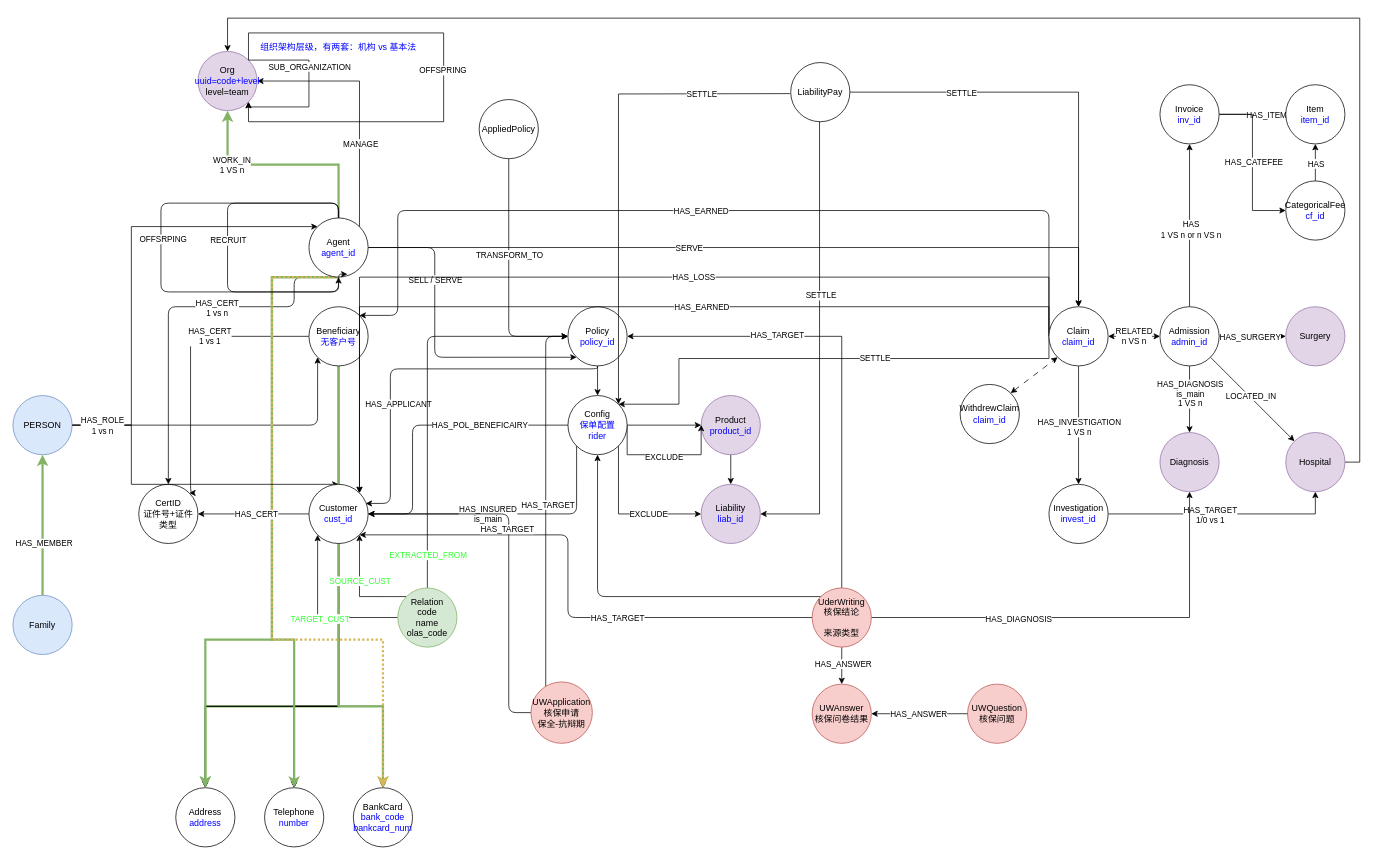
Before: page "V1.3" (5 of 5) of 友邦/图拓扑设计.drawio in XiaoLiuAI/diagrams, a draw.io diagram. Source tidied: cells renumbered, new cells numbered last; positions are measured from the earlier drawing's top-left corner, leaving out a move shared by most shapes. Both pictures are drawn from the tidied source at 74%, with x=0, y=0 at pixel (13, 18).
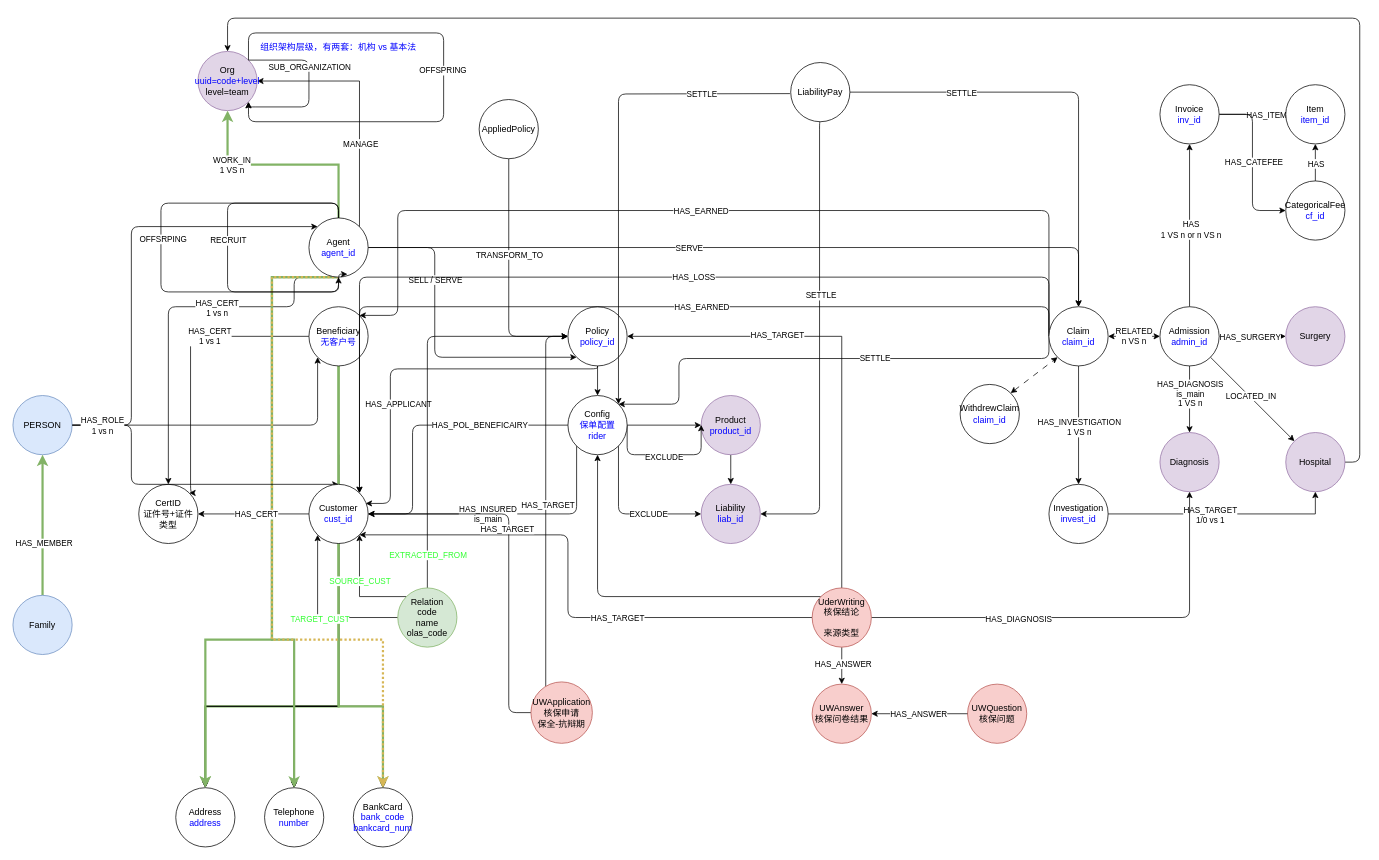
Above is the later version.

Commit message (it also covers changes not shown here):
更新图拓扑设计.drawio

Unchanged cells that the change refers to:
```xml
<mxCell id="10" value="PERSON" style="ellipse;whiteSpace=wrap;html=1;fillColor=#dae8fc;strokeColor=#6c8ebf;" parent="1" vertex="1">
  <mxGeometry y="510" width="80" height="80" as="geometry" />
</mxCell>
<mxCell id="31" value="Agent&lt;br&gt;&lt;font color=&quot;#0000ff&quot;&gt;agent_id&lt;/font&gt;" style="ellipse;whiteSpace=wrap;html=1;" parent="1" vertex="1">
  <mxGeometry x="400" y="270" width="80" height="80" as="geometry" />
</mxCell>
<mxCell id="36" value="Liability&lt;br&gt;&lt;font color=&quot;#0000ff&quot;&gt;liab_id&lt;/font&gt;" style="ellipse;whiteSpace=wrap;html=1;fillColor=#e1d5e7;strokeColor=#9673a6;" parent="1" vertex="1">
  <mxGeometry x="930" y="630" width="80" height="80" as="geometry" />
</mxCell>
<mxCell id="46" value="Config&lt;br&gt;&lt;font color=&quot;#0000ff&quot;&gt;保单配置&lt;br&gt;rider&lt;/font&gt;" style="ellipse;whiteSpace=wrap;html=1;" parent="1" vertex="1">
  <mxGeometry x="750" y="510" width="80" height="80" as="geometry" />
</mxCell>
<mxCell id="59" value="Claim&lt;br&gt;&lt;font color=&quot;#0000ff&quot;&gt;claim_id&lt;/font&gt;" style="ellipse;whiteSpace=wrap;html=1;" parent="1" vertex="1">
  <mxGeometry x="1400" y="390" width="80" height="80" as="geometry" />
</mxCell>
<mxCell id="71" value="LiabilityPay" style="ellipse;whiteSpace=wrap;html=1;" parent="1" vertex="1">
  <mxGeometry x="1051" y="60" width="80" height="80" as="geometry" />
</mxCell>
<mxCell id="72" value="Diagnosis" style="ellipse;whiteSpace=wrap;html=1;fillColor=#e1d5e7;strokeColor=#9673a6;" parent="1" vertex="1">
  <mxGeometry x="1550" y="560" width="80" height="80" as="geometry" />
</mxCell>
<mxCell id="75" value="Hospital" style="ellipse;whiteSpace=wrap;html=1;fillColor=#e1d5e7;strokeColor=#9673a6;" parent="1" vertex="1">
  <mxGeometry x="1720" y="560" width="80" height="80" as="geometry" />
</mxCell>
<mxCell id="82" value="Invoice&lt;br&gt;&lt;font color=&quot;#0000ff&quot;&gt;inv_id&lt;/font&gt;" style="ellipse;whiteSpace=wrap;html=1;" parent="1" vertex="1">
  <mxGeometry x="1550" y="90" width="80" height="80" as="geometry" />
</mxCell>
<mxCell id="86" value="CategoricalFee&lt;br&gt;&lt;font color=&quot;#0000ff&quot;&gt;cf_id&lt;/font&gt;" style="ellipse;whiteSpace=wrap;html=1;" parent="1" vertex="1">
  <mxGeometry x="1720" y="220" width="80" height="80" as="geometry" />
</mxCell>
<mxCell id="92" value="Org&lt;br&gt;&lt;font color=&quot;#0000ff&quot;&gt;uuid=code+level&lt;br&gt;&lt;/font&gt;level=team" style="ellipse;whiteSpace=wrap;html=1;fillColor=#e1d5e7;strokeColor=#9673a6;" parent="1" vertex="1">
  <mxGeometry x="250" y="45" width="80" height="80" as="geometry" />
</mxCell>
<mxCell id="111" value="Customer&lt;br&gt;&lt;font color=&quot;#0000ff&quot;&gt;cust_id&lt;/font&gt;" style="ellipse;whiteSpace=wrap;html=1;" parent="1" vertex="1">
  <mxGeometry x="400" y="630" width="80" height="80" as="geometry" />
</mxCell>
<mxCell id="121" value="UderWriting&lt;br&gt;核保结论&lt;br&gt;&lt;br&gt;来源类型" style="ellipse;whiteSpace=wrap;html=1;fillColor=#f8cecc;strokeColor=#b85450;" parent="1" vertex="1">
  <mxGeometry x="1080" y="770" width="80" height="80" as="geometry" />
</mxCell>
```

What changed in the source:
```diff
@@
-    <mxCell id="4" style="edgeStyle=orthogonalEdgeStyle;rounded=0;jettySize=auto;html=1;exitX=0;exitY=0;exitDx=0;exitDy=0;entryX=1;entryY=0.5;entryDx=0;entryDy=0;fillColor=#d5e8d4;strokeColor=#000000;strokeWidth=1;endArrow=none;endFill=0;startArrow=classic;startFill=1;" parent="1" edge="1" source="31" target="10">
+    <mxCell id="4" style="edgeStyle=orthogonalEdgeStyle;rounded=1;jettySize=auto;html=1;exitX=0;exitY=0;exitDx=0;exitDy=0;entryX=1;entryY=0.5;entryDx=0;entryDy=0;fillColor=#d5e8d4;strokeColor=#000000;strokeWidth=1;endArrow=none;endFill=0;startArrow=classic;startFill=1;" parent="1" edge="1" source="31" target="10">
       <mxGeometry relative="1" as="geometry">
         <Array as="points">
           <mxPoint x="160" y="282" />
           <mxPoint x="160" y="550" />
         </Array>
       </mxGeometry>
     </mxCell>
@@
-    <mxCell id="29" style="edgeStyle=orthogonalEdgeStyle;rounded=0;jettySize=auto;html=1;exitX=1;exitY=0.5;exitDx=0;exitDy=0;entryX=0.5;entryY=0;entryDx=0;entryDy=0;" parent="1" edge="1" source="31" target="59">
+    <mxCell id="29" style="edgeStyle=orthogonalEdgeStyle;rounded=1;jettySize=auto;html=1;exitX=1;exitY=0.5;exitDx=0;exitDy=0;entryX=0.5;entryY=0;entryDx=0;entryDy=0;" parent="1" edge="1" source="31" target="59">
       <mxGeometry relative="1" as="geometry" />
     </mxCell>
@@
-    <mxCell id="42" style="edgeStyle=orthogonalEdgeStyle;rounded=0;jettySize=auto;html=1;exitX=1;exitY=1;exitDx=0;exitDy=0;entryX=0;entryY=0.5;entryDx=0;entryDy=0;" parent="1" edge="1" source="46" target="36">
+    <mxCell id="42" style="edgeStyle=orthogonalEdgeStyle;rounded=1;jettySize=auto;html=1;exitX=1;exitY=1;exitDx=0;exitDy=0;entryX=0;entryY=0.5;entryDx=0;entryDy=0;" parent="1" edge="1" source="46" target="36">
       <mxGeometry relative="1" as="geometry">
         <Array as="points">
           <mxPoint x="818" y="670" />
         </Array>
       </mxGeometry>
     </mxCell>
@@
-    <mxCell id="44" style="edgeStyle=orthogonalEdgeStyle;rounded=0;jettySize=auto;html=1;exitX=1;exitY=0.5;exitDx=0;exitDy=0;" parent="1" edge="1" source="46">
+    <mxCell id="44" style="edgeStyle=orthogonalEdgeStyle;rounded=1;jettySize=auto;html=1;exitX=1;exitY=0.5;exitDx=0;exitDy=0;" parent="1" edge="1" source="46">
       <mxGeometry relative="1" as="geometry">
         <mxPoint x="930" y="549.7" as="targetPoint" />
         <Array as="points">
           <mxPoint x="830" y="590" />
           <mxPoint x="930" y="590" />
         </Array>
       </mxGeometry>
     </mxCell>
@@
-    <mxCell id="53" style="edgeStyle=orthogonalEdgeStyle;rounded=0;jettySize=auto;html=1;exitX=0;exitY=0.5;exitDx=0;exitDy=0;entryX=1;entryY=0;entryDx=0;entryDy=0;" parent="1" edge="1" source="59" target="111">
+    <mxCell id="53" style="edgeStyle=orthogonalEdgeStyle;rounded=1;jettySize=auto;html=1;exitX=0;exitY=0.5;exitDx=0;exitDy=0;entryX=1;entryY=0;entryDx=0;entryDy=0;" parent="1" edge="1" source="59" target="111">
       <mxGeometry relative="1" as="geometry">
         <Array as="points">
           <mxPoint x="1400" y="350" />
           <mxPoint x="468" y="350" />
         </Array>
       </mxGeometry>
     </mxCell>
@@
-    <mxCell id="55" style="edgeStyle=orthogonalEdgeStyle;rounded=0;jettySize=auto;html=1;exitX=0;exitY=0.5;exitDx=0;exitDy=0;entryX=1;entryY=0;entryDx=0;entryDy=0;" parent="1" edge="1" source="59" target="111">
+    <mxCell id="55" style="edgeStyle=orthogonalEdgeStyle;rounded=1;jettySize=auto;html=1;exitX=0;exitY=0.5;exitDx=0;exitDy=0;entryX=1;entryY=0;entryDx=0;entryDy=0;" parent="1" edge="1" source="59" target="111">
       <mxGeometry relative="1" as="geometry">
         <Array as="points">
           <mxPoint x="1400" y="390" />
           <mxPoint x="468" y="390" />
         </Array>
       </mxGeometry>
     </mxCell>
@@
-    <mxCell id="57" style="edgeStyle=orthogonalEdgeStyle;rounded=0;jettySize=auto;html=1;exitX=0;exitY=0.5;exitDx=0;exitDy=0;entryX=1;entryY=0;entryDx=0;entryDy=0;" parent="1" edge="1" source="59" target="46">
+    <mxCell id="57" style="edgeStyle=orthogonalEdgeStyle;rounded=1;jettySize=auto;html=1;exitX=0;exitY=0.5;exitDx=0;exitDy=0;entryX=1;entryY=0;entryDx=0;entryDy=0;" parent="1" edge="1" source="59" target="46">
       <mxGeometry relative="1" as="geometry">
         <Array as="points">
           <mxPoint x="1400" y="460" />
           <mxPoint x="900" y="460" />
           <mxPoint x="900" y="522" />
         </Array>
       </mxGeometry>
     </mxCell>
@@
-    <mxCell id="67" style="edgeStyle=orthogonalEdgeStyle;rounded=0;jettySize=auto;html=1;exitX=1;exitY=0.5;exitDx=0;exitDy=0;" parent="1" edge="1" source="71" target="59">
+    <mxCell id="67" style="edgeStyle=orthogonalEdgeStyle;rounded=1;jettySize=auto;html=1;exitX=1;exitY=0.5;exitDx=0;exitDy=0;" parent="1" edge="1" source="71" target="59">
       <mxGeometry relative="1" as="geometry" />
     </mxCell>
@@
-    <mxCell id="69" style="edgeStyle=orthogonalEdgeStyle;rounded=0;jettySize=auto;html=1;exitX=0.5;exitY=1;exitDx=0;exitDy=0;entryX=1;entryY=0.5;entryDx=0;entryDy=0;" parent="1" edge="1" source="71" target="36">
+    <mxCell id="69" style="edgeStyle=orthogonalEdgeStyle;rounded=1;jettySize=auto;html=1;exitX=0.5;exitY=1;exitDx=0;exitDy=0;entryX=1;entryY=0.5;entryDx=0;entryDy=0;" parent="1" edge="1" source="71" target="36">
       <mxGeometry relative="1" as="geometry">
         <Array as="points">
           <mxPoint x="1090" y="140" />
           <mxPoint x="1090" y="670" />
         </Array>
       </mxGeometry>
     </mxCell>
@@
-    <mxCell id="74" style="edgeStyle=orthogonalEdgeStyle;rounded=0;jettySize=auto;html=1;exitX=1;exitY=0.5;exitDx=0;exitDy=0;entryX=0.5;entryY=0;entryDx=0;entryDy=0;" parent="1" edge="1" source="75" target="92">
+    <mxCell id="74" style="edgeStyle=orthogonalEdgeStyle;rounded=1;jettySize=auto;html=1;exitX=1;exitY=0.5;exitDx=0;exitDy=0;entryX=0.5;entryY=0;entryDx=0;entryDy=0;" parent="1" edge="1" source="75" target="92">
       <mxGeometry relative="1" as="geometry">
         <Array as="points">
           <mxPoint x="1820" y="600" />
           <mxPoint x="1820" />
           <mxPoint x="290" />
         </Array>
       </mxGeometry>
     </mxCell>
@@
-    <mxCell id="80" style="edgeStyle=orthogonalEdgeStyle;rounded=0;jettySize=auto;html=1;exitX=1;exitY=0.5;exitDx=0;exitDy=0;entryX=0;entryY=0.5;entryDx=0;entryDy=0;" parent="1" edge="1" source="82" target="86">
+    <mxCell id="80" style="edgeStyle=orthogonalEdgeStyle;rounded=1;jettySize=auto;html=1;exitX=1;exitY=0.5;exitDx=0;exitDy=0;entryX=0;entryY=0.5;entryDx=0;entryDy=0;" parent="1" edge="1" source="82" target="86">
       <mxGeometry relative="1" as="geometry" />
     </mxCell>
@@
-    <mxCell id="93" style="edgeStyle=orthogonalEdgeStyle;rounded=0;orthogonalLoop=1;jettySize=auto;html=1;exitX=1;exitY=0;exitDx=0;exitDy=0;entryX=1;entryY=1;entryDx=0;entryDy=0;" parent="1" edge="1" source="92" target="92">
+    <mxCell id="93" style="edgeStyle=orthogonalEdgeStyle;rounded=1;orthogonalLoop=1;jettySize=auto;html=1;exitX=1;exitY=0;exitDx=0;exitDy=0;entryX=1;entryY=1;entryDx=0;entryDy=0;" parent="1" edge="1" source="92" target="92">
       <mxGeometry relative="1" as="geometry">
         <Array as="points">
           <mxPoint x="400" y="57" />
           <mxPoint x="400" y="120" />
           <mxPoint x="318" y="120" />
         </Array>
       </mxGeometry>
     </mxCell>
@@
-    <mxCell id="107" style="edgeStyle=orthogonalEdgeStyle;rounded=0;jettySize=auto;html=1;exitX=0.5;exitY=0;exitDx=0;exitDy=0;entryX=1;entryY=0.5;entryDx=0;entryDy=0;startArrow=classic;startFill=1;endArrow=none;endFill=0;strokeWidth=1;strokeColor=#000000;" parent="1" edge="1" source="111" target="10">
+    <mxCell id="107" style="edgeStyle=orthogonalEdgeStyle;rounded=1;jettySize=auto;html=1;exitX=0.5;exitY=0;exitDx=0;exitDy=0;entryX=1;entryY=0.5;entryDx=0;entryDy=0;startArrow=classic;startFill=1;endArrow=none;endFill=0;strokeWidth=1;strokeColor=#000000;" parent="1" edge="1" source="111" target="10">
       <mxGeometry relative="1" as="geometry">
         <Array as="points">
           <mxPoint x="160" y="630" />
           <mxPoint x="160" y="550" />
         </Array>
       </mxGeometry>
     </mxCell>
@@
-    <mxCell id="117" style="edgeStyle=orthogonalEdgeStyle;rounded=0;jettySize=auto;html=1;exitX=1;exitY=0.5;exitDx=0;exitDy=0;" parent="1" edge="1" source="121" target="72">
+    <mxCell id="117" style="edgeStyle=orthogonalEdgeStyle;rounded=1;jettySize=auto;html=1;exitX=1;exitY=0.5;exitDx=0;exitDy=0;" parent="1" edge="1" source="121" target="72">
       <mxGeometry relative="1" as="geometry" />
     </mxCell>
@@
-    <mxCell id="128" style="edgeStyle=orthogonalEdgeStyle;rounded=0;orthogonalLoop=1;jettySize=auto;html=1;exitX=1;exitY=0;exitDx=0;exitDy=0;entryX=1;entryY=1;entryDx=0;entryDy=0;" parent="1" edge="1" source="92" target="92">
+    <mxCell id="128" style="edgeStyle=orthogonalEdgeStyle;rounded=1;orthogonalLoop=1;jettySize=auto;html=1;exitX=1;exitY=0;exitDx=0;exitDy=0;entryX=1;entryY=1;entryDx=0;entryDy=0;" parent="1" edge="1" source="92" target="92">
       <mxGeometry relative="1" as="geometry">
         <Array as="points">
           <mxPoint x="318" y="20" />
           <mxPoint x="582" y="20" />
           <mxPoint x="582" y="140" />
           <mxPoint x="318" y="140" />
         </Array>
       </mxGeometry>
     </mxCell>
@@
-    <mxCell id="137" style="edgeStyle=orthogonalEdgeStyle;rounded=0;jettySize=auto;html=1;entryX=1;entryY=0;entryDx=0;entryDy=0;" parent="1" edge="1" target="46">
+    <mxCell id="137" style="edgeStyle=orthogonalEdgeStyle;rounded=1;jettySize=auto;html=1;entryX=1;entryY=0;entryDx=0;entryDy=0;" parent="1" edge="1" target="46">
       <mxGeometry relative="1" as="geometry">
         <mxPoint x="1050" y="102" as="sourcePoint" />
       </mxGeometry>
     </mxCell>
```
